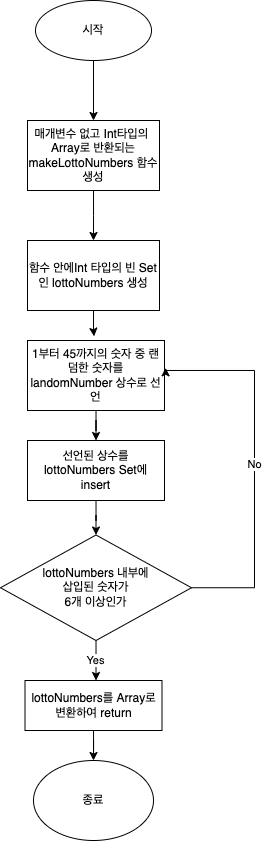
The draw.io diagram lottoNumbers.drawio.png in yagom-academy/swift-starter-Round2, before a commit. Source tidied: cells renumbered, new cells last; positions are measured from the earlier drawing's top-left corner, leaving out a move shared by most shapes. The source it was exported from:
```xml
<mxGraphModel>
  <root>
    <mxCell id="0" />
    <mxCell id="1" parent="0" />
    <mxCell id="2" value="시작" style="ellipse;whiteSpace=wrap;html=1;" parent="1" vertex="1">
      <mxGeometry x="35" width="116" height="60" as="geometry" />
    </mxCell>
    <mxCell id="3" style="endArrow=classic;html=1;rounded=0;exitX=0.5;exitY=1;exitDx=0;exitDy=0;entryX=0.5;entryY=0;entryDx=0;entryDy=0;" parent="1" edge="1" source="2" target="5">
      <mxGeometry relative="1" as="geometry" />
    </mxCell>
    <mxCell id="4" style="edgeStyle=orthogonalEdgeStyle;rounded=0;jettySize=auto;html=1;" parent="1" edge="1" source="5">
      <mxGeometry relative="1" as="geometry">
        <mxPoint x="93" y="240" as="targetPoint" />
      </mxGeometry>
    </mxCell>
    <mxCell id="5" value="매개변수 없고 Int타입의&amp;nbsp; Array로 반환되는 makeLottoNumbers 함수 생성" style="rounded=0;whiteSpace=wrap;html=1;" parent="1" vertex="1">
      <mxGeometry x="27" y="120" width="132" height="70" as="geometry" />
    </mxCell>
    <mxCell id="6" style="edgeStyle=orthogonalEdgeStyle;rounded=0;jettySize=auto;html=1;entryX=0.486;entryY=-0.06;entryDx=0;entryDy=0;entryPerimeter=0;" parent="1" edge="1" source="7" target="9">
      <mxGeometry relative="1" as="geometry" />
    </mxCell>
    <mxCell id="7" value="함수 안에Int 타입의 빈 Set인 lottoNumbers 생성" style="rounded=0;whiteSpace=wrap;html=1;" parent="1" vertex="1">
      <mxGeometry x="27" y="240" width="132" height="70" as="geometry" />
    </mxCell>
    <mxCell id="8" style="edgeStyle=orthogonalEdgeStyle;rounded=0;jettySize=auto;html=1;entryX=0.5;entryY=0;entryDx=0;entryDy=0;" parent="1" edge="1" source="9" target="11">
      <mxGeometry relative="1" as="geometry" />
    </mxCell>
    <mxCell id="9" value="1부터 45까지의 숫자 중 랜덤한 숫자를 landomNumber 상수로 선언" style="rounded=0;whiteSpace=wrap;html=1;" parent="1" vertex="1">
      <mxGeometry x="27" y="340" width="137" height="70" as="geometry" />
    </mxCell>
    <mxCell id="10" style="edgeStyle=orthogonalEdgeStyle;rounded=0;jettySize=auto;html=1;entryX=0.5;entryY=0;entryDx=0;entryDy=0;" parent="1" edge="1" source="11" target="14">
      <mxGeometry relative="1" as="geometry" />
    </mxCell>
    <mxCell id="11" value="선언된 상수를 lottoNumbers Set에 insert" style="rounded=0;whiteSpace=wrap;html=1;" parent="1" vertex="1">
      <mxGeometry x="27" y="440" width="137" height="60" as="geometry" />
    </mxCell>
    <mxCell id="12" value="No" style="edgeStyle=orthogonalEdgeStyle;rounded=0;jettySize=auto;html=1;entryX=1.008;entryY=0.39;entryDx=0;entryDy=0;entryPerimeter=0;" parent="1" edge="1" source="14" target="9">
      <mxGeometry relative="1" as="geometry">
        <Array as="points">
          <mxPoint x="254" y="587" />
          <mxPoint x="254" y="370" />
          <mxPoint x="165" y="370" />
        </Array>
      </mxGeometry>
    </mxCell>
    <mxCell id="13" value="Yes" style="edgeStyle=orthogonalEdgeStyle;rounded=0;jettySize=auto;html=1;" parent="1" edge="1" source="14">
      <mxGeometry relative="1" as="geometry">
        <mxPoint x="95.5" y="680" as="targetPoint" />
      </mxGeometry>
    </mxCell>
    <mxCell id="14" value="lottoNumbers 내부에 &lt;br&gt;삽입된 숫자가 &lt;br&gt;6개 이상인가" style="rhombus;whiteSpace=wrap;html=1;" parent="1" vertex="1">
      <mxGeometry y="534.5" width="191" height="105.5" as="geometry" />
    </mxCell>
    <mxCell id="15" style="edgeStyle=orthogonalEdgeStyle;rounded=0;jettySize=auto;html=1;entryX=0.5;entryY=0;entryDx=0;entryDy=0;" parent="1" edge="1" source="16" target="17">
      <mxGeometry relative="1" as="geometry" />
    </mxCell>
    <mxCell id="16" value="lottoNumbers를 Array로 변환하여 return" style="rounded=0;whiteSpace=wrap;html=1;" parent="1" vertex="1">
      <mxGeometry x="24.5" y="680" width="137" height="50" as="geometry" />
    </mxCell>
    <mxCell id="17" value="종료" style="ellipse;whiteSpace=wrap;html=1;" parent="1" vertex="1">
      <mxGeometry x="33" y="760" width="120" height="80" as="geometry" />
    </mxCell>
  </root>
</mxGraphModel>
```
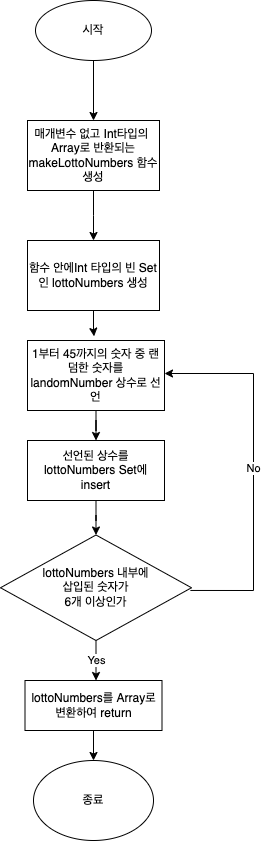
Above is the later version.

Change to the diagram source:
```diff
@@ -34,12 +34,12 @@
     <mxCell id="11" value="선언된 상수를 lottoNumbers Set에 insert" style="rounded=0;whiteSpace=wrap;html=1;" parent="1" vertex="1">
       <mxGeometry x="27" y="440" width="137" height="60" as="geometry" />
     </mxCell>
-    <mxCell id="12" value="No" style="edgeStyle=orthogonalEdgeStyle;rounded=0;jettySize=auto;html=1;entryX=1.008;entryY=0.39;entryDx=0;entryDy=0;entryPerimeter=0;" parent="1" edge="1" source="14" target="9">
+    <mxCell id="12" value="No" style="edgeStyle=orthogonalEdgeStyle;rounded=0;jettySize=auto;html=1;" parent="1" edge="1" target="9">
       <mxGeometry relative="1" as="geometry">
+        <mxPoint x="189.9" y="590" as="sourcePoint" />
         <Array as="points">
-          <mxPoint x="254" y="587" />
-          <mxPoint x="254" y="370" />
-          <mxPoint x="165" y="370" />
+          <mxPoint x="253" y="590" />
+          <mxPoint x="253" y="373" />
         </Array>
       </mxGeometry>
     </mxCell>
```
